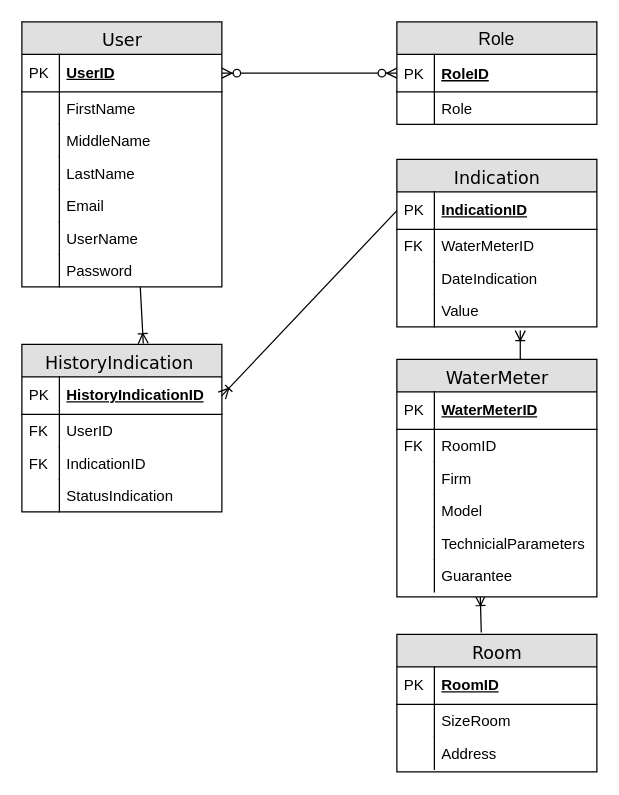
Above: ER-diagram water supply meter.drawio in duxa2089/entity-relationship-model (draw.io), before the change. Source tidied: cells renumbered, new cells numbered last; positions are measured from the earlier drawing's top-left corner, leaving out a move shared by most shapes. Both pictures are drawn from the tidied source at 125%, with x=0, y=0 at pixel (21, 21).
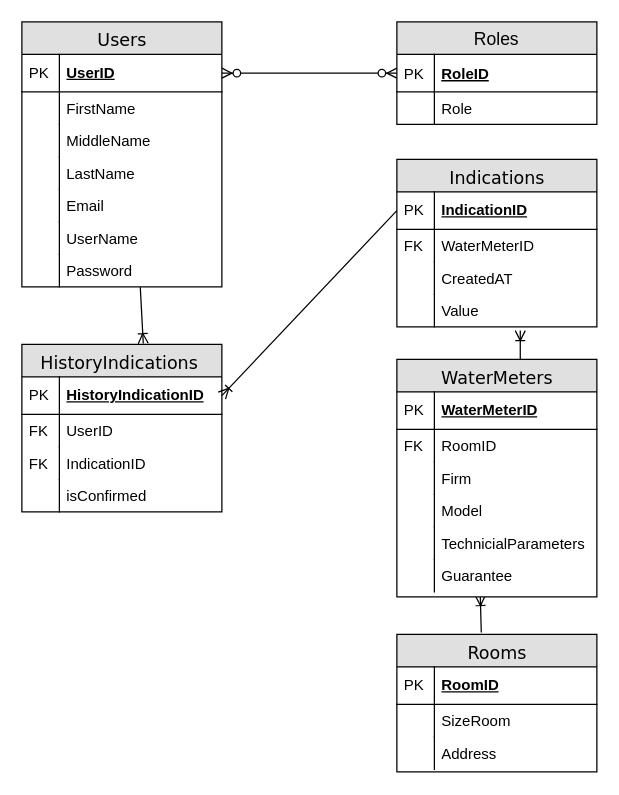
The same page after the edit.

Commit message:
Update some objects and tables

Change to the diagram source:
```diff
@@
-    <mxCell id="2" value="User" style="swimlane;html=1;fontStyle=0;horizontal=1;startSize=26;fillColor=#e0e0e0;swimlaneFillColor=#ffffff;align=center;rounded=0;shadow=0;comic=0;labelBackgroundColor=none;strokeColor=#000000;strokeWidth=1;fontFamily=Verdana;fontSize=14;fontColor=#000000;swimlaneLine=1;verticalAlign=top;" parent="1" vertex="1">
+    <mxCell id="2" value="Users" style="swimlane;html=1;fontStyle=0;horizontal=1;startSize=26;fillColor=#e0e0e0;swimlaneFillColor=#ffffff;align=center;rounded=0;shadow=0;comic=0;labelBackgroundColor=none;strokeColor=#000000;strokeWidth=1;fontFamily=Verdana;fontSize=14;fontColor=#000000;swimlaneLine=1;verticalAlign=top;" parent="1" vertex="1">
       <mxGeometry width="160" height="212" as="geometry" />
     </mxCell>
@@
-    <mxCell id="18" value="Role" style="swimlane;fontStyle=0;horizontal=1;startSize=26;fillColor=#e0e0e0;swimlaneFillColor=#ffffff;align=center;fontSize=14;" parent="1" vertex="1">
+    <mxCell id="18" value="Roles" style="swimlane;fontStyle=0;horizontal=1;startSize=26;fillColor=#e0e0e0;swimlaneFillColor=#ffffff;align=center;fontSize=14;" parent="1" vertex="1">
       <mxGeometry x="300" width="160" height="82" as="geometry" />
     </mxCell>
@@
-    <mxCell id="25" value="HistoryIndication&amp;nbsp;" style="swimlane;html=1;fontStyle=0;horizontal=1;startSize=26;fillColor=#e0e0e0;swimlaneFillColor=#ffffff;align=center;rounded=0;shadow=0;comic=0;labelBackgroundColor=none;strokeColor=#000000;strokeWidth=1;fontFamily=Verdana;fontSize=14;fontColor=#000000;swimlaneLine=1;verticalAlign=top;" parent="1" vertex="1">
+    <mxCell id="25" value="HistoryIndications&amp;nbsp;" style="swimlane;html=1;fontStyle=0;horizontal=1;startSize=26;fillColor=#e0e0e0;swimlaneFillColor=#ffffff;align=center;rounded=0;shadow=0;comic=0;labelBackgroundColor=none;strokeColor=#000000;strokeWidth=1;fontFamily=Verdana;fontSize=14;fontColor=#000000;swimlaneLine=1;verticalAlign=top;" parent="1" vertex="1">
       <mxGeometry y="258" width="160" height="134" as="geometry" />
     </mxCell>
@@
-    <mxCell id="32" value="StatusIndication" style="shape=partialRectangle;top=0;left=0;right=0;bottom=0;html=1;align=left;verticalAlign=top;fillColor=none;spacingLeft=34;spacingRight=4;whiteSpace=wrap;overflow=hidden;" parent="25" vertex="1">
+    <mxCell id="32" value="isConfirmed" style="shape=partialRectangle;top=0;left=0;right=0;bottom=0;html=1;align=left;verticalAlign=top;fillColor=none;spacingLeft=34;spacingRight=4;whiteSpace=wrap;overflow=hidden;" parent="25" vertex="1">
       <mxGeometry y="108" width="160" height="26" as="geometry" />
     </mxCell>
@@
-    <mxCell id="36" value="Indication" style="swimlane;html=1;fontStyle=0;horizontal=1;startSize=26;fillColor=#e0e0e0;swimlaneFillColor=#ffffff;align=center;rounded=0;shadow=0;comic=0;labelBackgroundColor=none;strokeColor=#000000;strokeWidth=1;fontFamily=Verdana;fontSize=14;fontColor=#000000;swimlaneLine=1;verticalAlign=top;" parent="1" vertex="1">
+    <mxCell id="36" value="Indications" style="swimlane;html=1;fontStyle=0;horizontal=1;startSize=26;fillColor=#e0e0e0;swimlaneFillColor=#ffffff;align=center;rounded=0;shadow=0;comic=0;labelBackgroundColor=none;strokeColor=#000000;strokeWidth=1;fontFamily=Verdana;fontSize=14;fontColor=#000000;swimlaneLine=1;verticalAlign=top;" parent="1" vertex="1">
       <mxGeometry x="300" y="110" width="160" height="134" as="geometry" />
     </mxCell>
@@
-    <mxCell id="41" value="DateIndication" style="shape=partialRectangle;top=0;left=0;right=0;bottom=0;html=1;align=left;verticalAlign=top;fillColor=none;spacingLeft=34;spacingRight=4;whiteSpace=wrap;overflow=hidden;" parent="36" vertex="1">
+    <mxCell id="41" value="CreatedAT" style="shape=partialRectangle;top=0;left=0;right=0;bottom=0;html=1;align=left;verticalAlign=top;fillColor=none;spacingLeft=34;spacingRight=4;whiteSpace=wrap;overflow=hidden;" parent="36" vertex="1">
       <mxGeometry y="82" width="160" height="26" as="geometry" />
     </mxCell>
@@
-    <mxCell id="45" value="WaterMeter" style="swimlane;html=1;fontStyle=0;horizontal=1;startSize=26;fillColor=#e0e0e0;swimlaneFillColor=#ffffff;align=center;rounded=0;shadow=0;comic=0;labelBackgroundColor=none;strokeColor=#000000;strokeWidth=1;fontFamily=Verdana;fontSize=14;fontColor=#000000;swimlaneLine=1;verticalAlign=top;" parent="1" vertex="1">
+    <mxCell id="45" value="WaterMeters" style="swimlane;html=1;fontStyle=0;horizontal=1;startSize=26;fillColor=#e0e0e0;swimlaneFillColor=#ffffff;align=center;rounded=0;shadow=0;comic=0;labelBackgroundColor=none;strokeColor=#000000;strokeWidth=1;fontFamily=Verdana;fontSize=14;fontColor=#000000;swimlaneLine=1;verticalAlign=top;" parent="1" vertex="1">
       <mxGeometry x="300" y="270" width="160" height="190" as="geometry" />
     </mxCell>
@@
-    <mxCell id="58" value="Room" style="swimlane;html=1;fontStyle=0;horizontal=1;startSize=26;fillColor=#e0e0e0;swimlaneFillColor=#ffffff;align=center;rounded=0;shadow=0;comic=0;labelBackgroundColor=none;strokeColor=#000000;strokeWidth=1;fontFamily=Verdana;fontSize=14;fontColor=#000000;swimlaneLine=1;verticalAlign=top;" parent="1" vertex="1">
+    <mxCell id="58" value="Rooms" style="swimlane;html=1;fontStyle=0;horizontal=1;startSize=26;fillColor=#e0e0e0;swimlaneFillColor=#ffffff;align=center;rounded=0;shadow=0;comic=0;labelBackgroundColor=none;strokeColor=#000000;strokeWidth=1;fontFamily=Verdana;fontSize=14;fontColor=#000000;swimlaneLine=1;verticalAlign=top;" parent="1" vertex="1">
       <mxGeometry x="300" y="490" width="160" height="110" as="geometry" />
     </mxCell>
```
